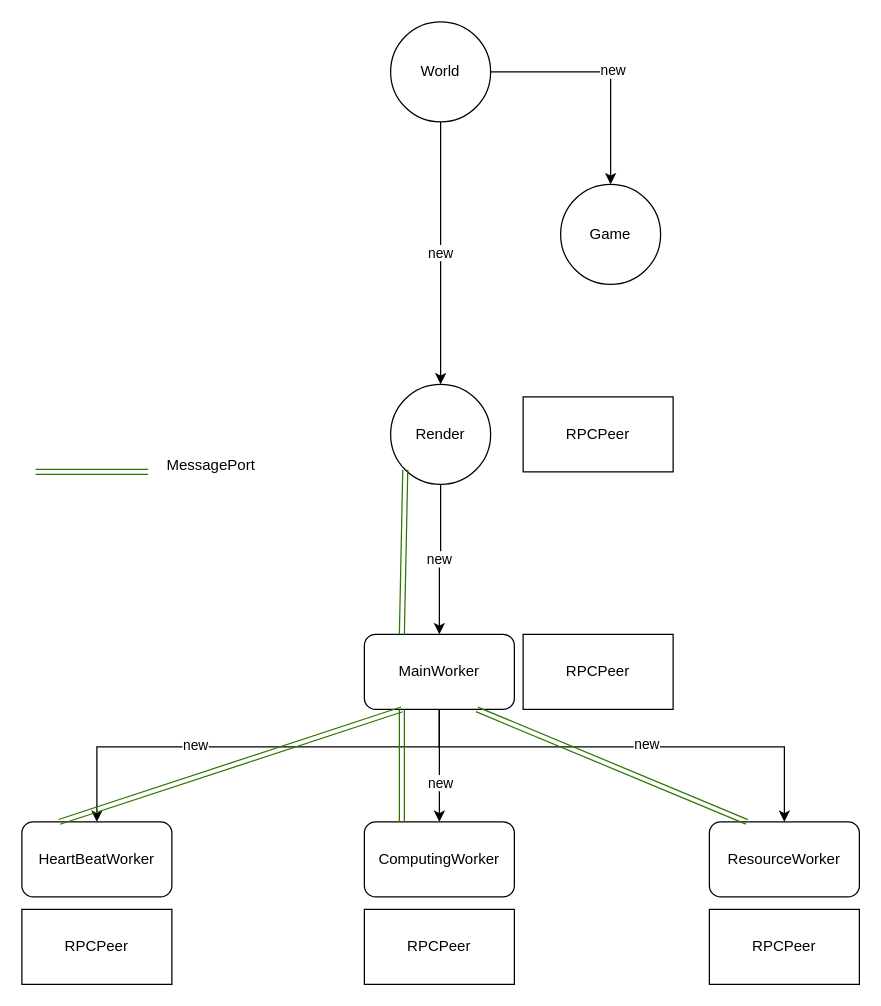
akeboshi1/GameCore-Phaser keeps this draw.io diagram as page "创建结构" (1 of 2) of lib/rpc/webworker.drawio. Above is the earlier version. Source tidied: cells renumbered, new cells numbered last; positions are measured from the earlier drawing's top-left corner, leaving out a move shared by most shapes. Both pictures are drawn from the tidied source at 125%, with x=0, y=0 at pixel (21, 21).
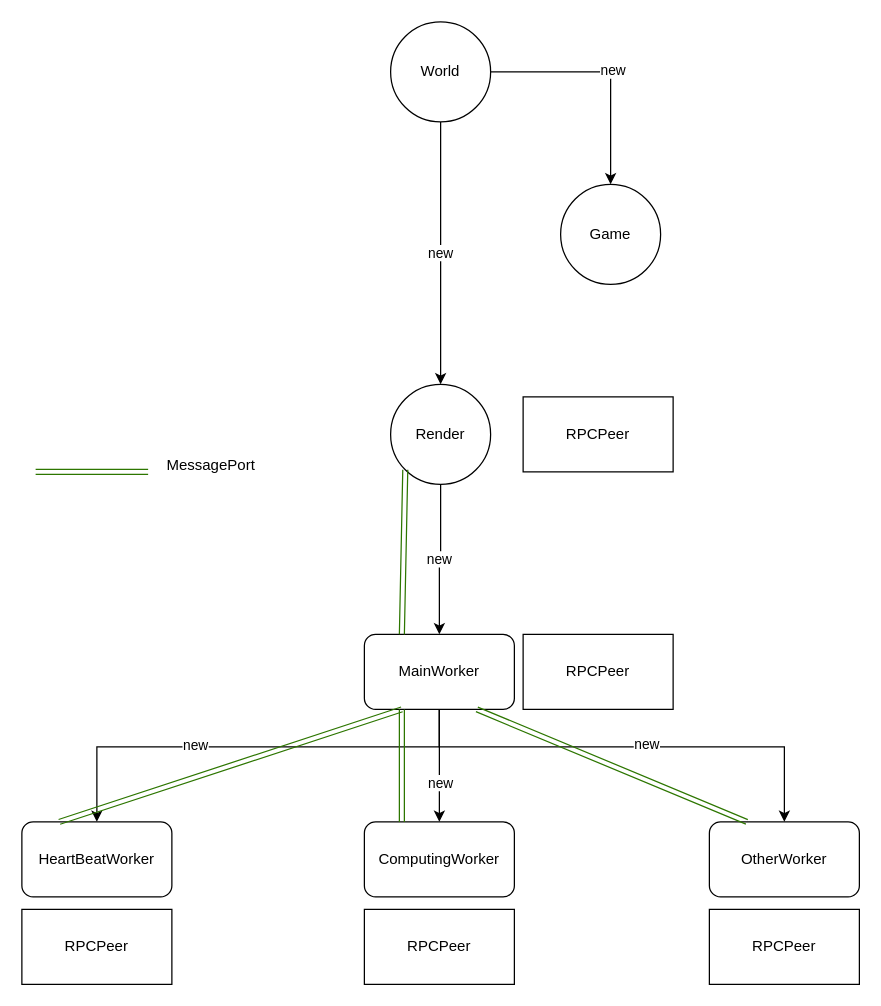
After the change.

Diff of the diagram source:
```diff
@@
-    <mxCell id="9" value="&lt;span&gt;ResourceWorker&lt;/span&gt;" style="rounded=1;whiteSpace=wrap;html=1;align=center;" parent="1" vertex="1">
+    <mxCell id="9" value="&lt;span&gt;OtherWorker&lt;/span&gt;" style="rounded=1;whiteSpace=wrap;html=1;align=center;" parent="1" vertex="1">
       <mxGeometry x="550" y="640" width="120" height="60" as="geometry" />
     </mxCell>
```
